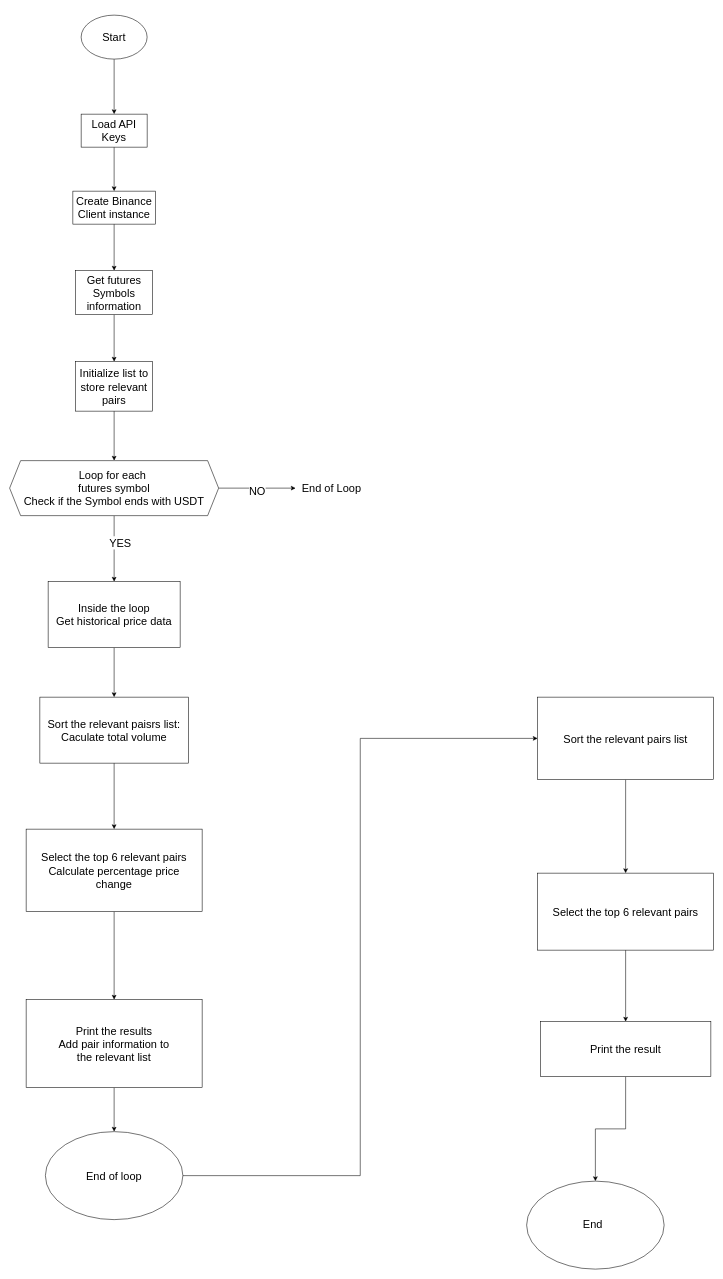
Above: Cryptohunter.drawio in CAUCORASEKO/cryptohunter (draw.io), before the change. Source tidied: cells renumbered, new cells numbered last; positions are measured from the earlier drawing's top-left corner, leaving out a move shared by most shapes. Both pictures are drawn from the tidied source at 55%, with x=0, y=0 at pixel (9, 15).
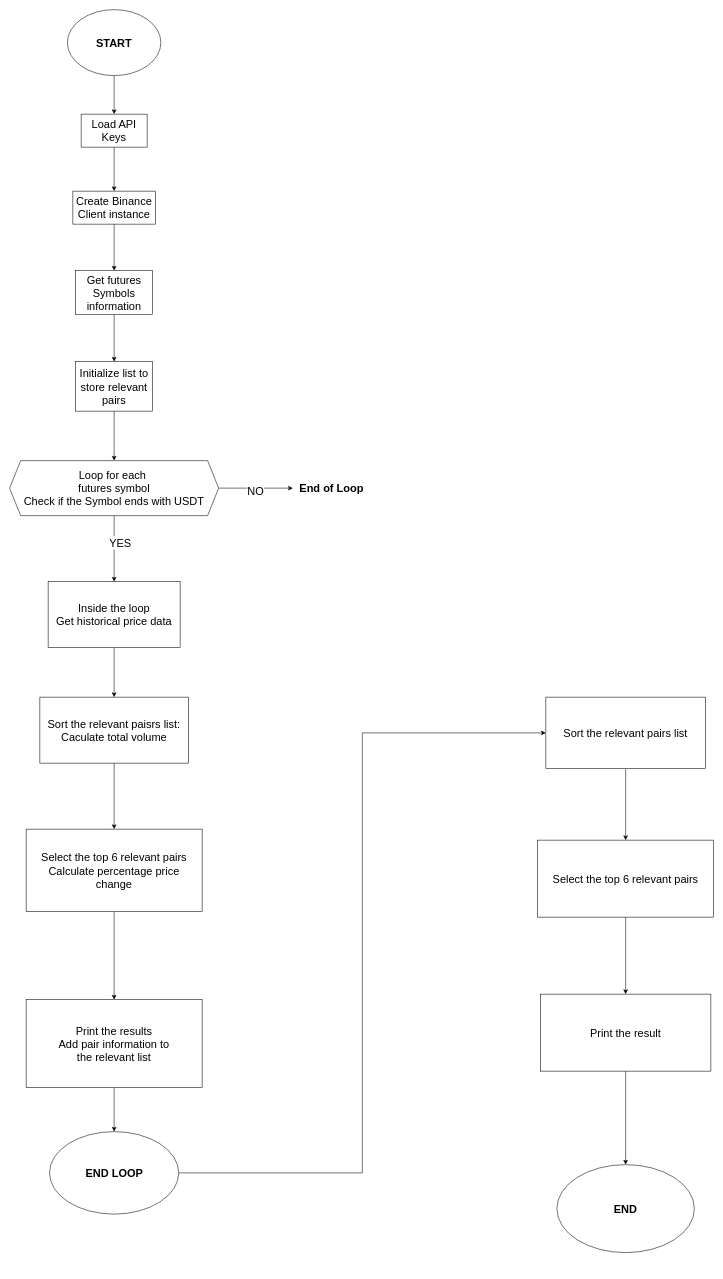
The same page after the edit.

What changed in the source:
```diff
@@
-    <mxCell id="3" value="&lt;font style=&quot;font-size: 20px;&quot;&gt;Start&lt;/font&gt;" style="ellipse;whiteSpace=wrap;html=1;" parent="1" vertex="1">
-      <mxGeometry x="130" width="120" height="80" as="geometry" />
+    <mxCell id="3" value="&lt;b style=&quot;font-size: 20px;&quot;&gt;START&lt;/b&gt;" style="ellipse;whiteSpace=wrap;html=1;" parent="1" vertex="1">
+      <mxGeometry x="105" y="-10" width="170" height="120" as="geometry" />
     </mxCell>
@@
-    <mxCell id="18" value="&lt;div style=&quot;font-size: 13px;&quot;&gt;&lt;font style=&quot;font-size: 20px;&quot;&gt;End of Loop&lt;/font&gt;&lt;/div&gt;" style="text;html=1;align=center;verticalAlign=middle;points=[];strokeColor=none;fillColor=none;" parent="1" vertex="1">
-      <mxGeometry x="520" y="840" width="130" height="40" as="geometry" />
+    <mxCell id="18" value="&lt;div style=&quot;font-size: 13px;&quot;&gt;&lt;b&gt;&lt;font style=&quot;font-size: 20px;&quot;&gt;End of Loop&lt;/font&gt;&lt;/b&gt;&lt;/div&gt;" style="text;html=1;align=center;verticalAlign=middle;points=[];strokeColor=none;fillColor=none;" parent="1" vertex="1">
+      <mxGeometry x="515" y="840" width="140" height="40" as="geometry" />
     </mxCell>
@@
-    <mxCell id="28" value="&lt;font style=&quot;font-size: 20px;&quot;&gt;End of loop&lt;/font&gt;" style="ellipse;whiteSpace=wrap;html=1;" parent="1" vertex="1">
-      <mxGeometry x="65" y="2030" width="250" height="160" as="geometry" />
+    <mxCell id="28" value="&lt;b&gt;&lt;font style=&quot;font-size: 20px;&quot;&gt;END LOOP&lt;/font&gt;&lt;/b&gt;" style="ellipse;whiteSpace=wrap;html=1;" parent="1" vertex="1">
+      <mxGeometry x="72.5" y="2030" width="235" height="150" as="geometry" />
     </mxCell>
@@
     <mxCell id="30" value="&lt;font style=&quot;font-size: 20px;&quot;&gt;Sort the relevant pairs list&lt;/font&gt;" style="rounded=0;whiteSpace=wrap;html=1;" parent="1" vertex="1">
-      <mxGeometry x="960" y="1240" width="320" height="150" as="geometry" />
+      <mxGeometry x="975" y="1240" width="290" height="130" as="geometry" />
     </mxCell>
@@
     <mxCell id="32" value="&lt;font style=&quot;font-size: 20px;&quot;&gt;Select the top 6 relevant pairs&lt;/font&gt;" style="rounded=0;whiteSpace=wrap;html=1;" parent="1" vertex="1">
-      <mxGeometry x="960" y="1560" width="320" height="140" as="geometry" />
+      <mxGeometry x="960" y="1500" width="320" height="140" as="geometry" />
     </mxCell>
@@
     <mxCell id="34" value="&lt;font style=&quot;font-size: 20px;&quot;&gt;Print the result&lt;/font&gt;" style="rounded=0;whiteSpace=wrap;html=1;" parent="1" vertex="1">
-      <mxGeometry x="965" y="1830" width="310" height="100" as="geometry" />
+      <mxGeometry x="965" y="1780" width="310" height="140" as="geometry" />
     </mxCell>
-    <mxCell id="35" style="ellipse;whiteSpace=wrap;html=1;" parent="1" vertex="1">
-      <mxGeometry x="940" y="2120" width="250" height="160" as="geometry" />
+    <mxCell id="35" value="&lt;b&gt;&lt;font style=&quot;font-size: 20px;&quot;&gt;END&lt;/font&gt;&lt;/b&gt;" style="ellipse;whiteSpace=wrap;html=1;" parent="1" vertex="1">
+      <mxGeometry x="995" y="2090" width="250" height="160" as="geometry" />
     </mxCell>
-    <mxCell id="36" value="&lt;div style=&quot;font-size: 20px;&quot;&gt;&lt;font style=&quot;font-size: 20px;&quot;&gt;End&lt;/font&gt;&lt;/div&gt;&lt;div style=&quot;font-size: 20px;&quot;&gt;&lt;font style=&quot;font-size: 20px;&quot;&gt;&lt;br&gt;&lt;/font&gt;&lt;/div&gt;" style="text;html=1;align=center;verticalAlign=middle;strokeColor=none;fillColor=none;strokeWidth=1;" parent="1" vertex="1">
-      <mxGeometry x="1030" y="2180" width="60" height="60" as="geometry" />
-    </mxCell>
```
